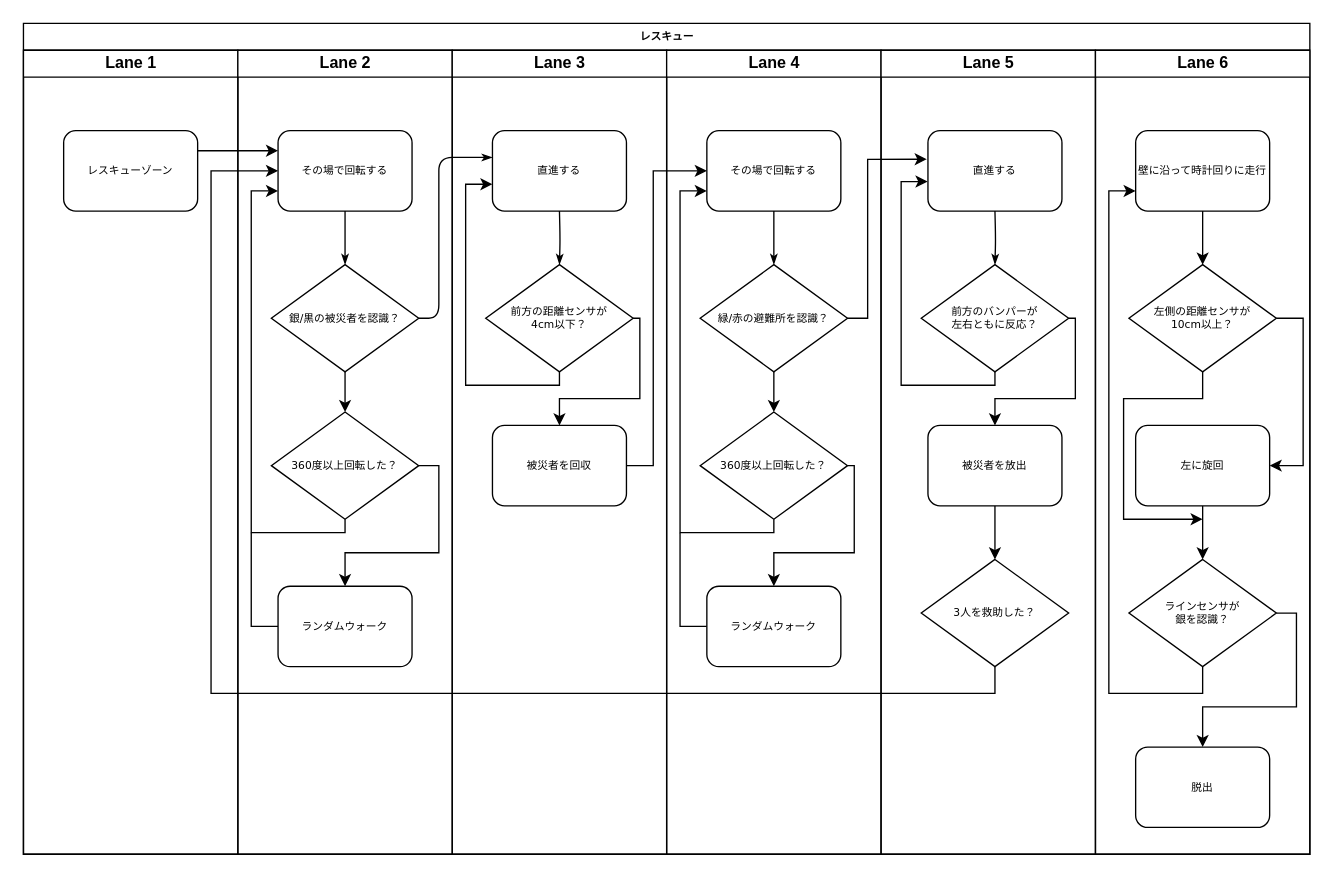
Earlier version of the draw.io diagram Nagoya2025Rescue.drawio (shuji4649/drawio). Source tidied: cells renumbered, new cells numbered last; positions are measured from the earlier drawing's top-left corner, leaving out a move shared by most shapes. Both pictures are drawn from the tidied source at 134%, with x=0, y=0 at pixel (23, 23).
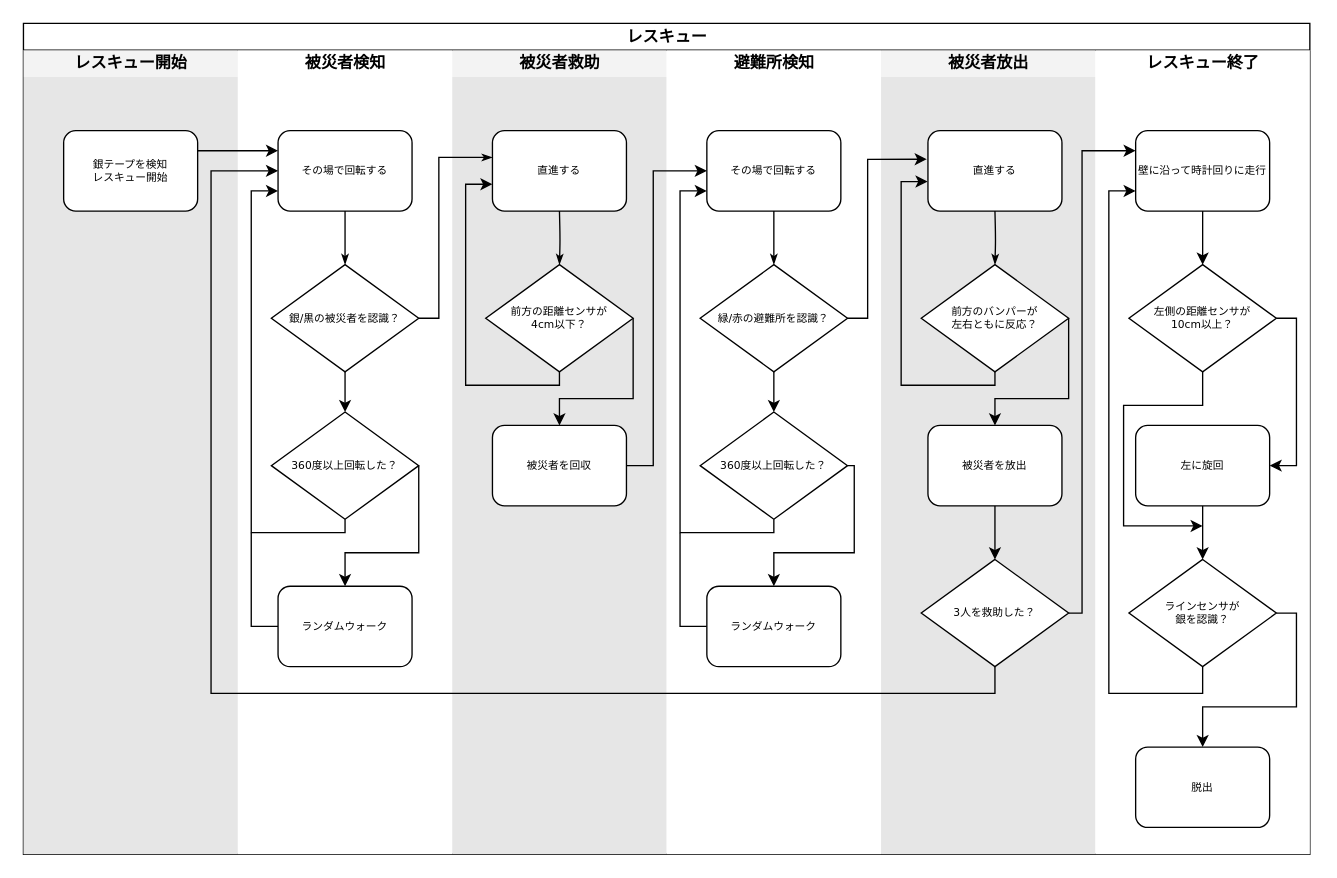
Above is the later version.

Commit message (it also covers changes not shown here):
Nagoya2025Rescue.drawio を更新します

Unchanged cells that the change refers to:
```xml
<mxCell id="9" value="銀/黒の被災者を認識？" style="rhombus;whiteSpace=wrap;html=1;rounded=0;shadow=0;labelBackgroundColor=none;strokeWidth=1;fontFamily=Verdana;fontSize=8;align=center;" parent="5" vertex="1">
  <mxGeometry x="25" y="160" width="110" height="80" as="geometry" />
</mxCell>
<mxCell id="12" value="360度以上回転した？" style="rhombus;whiteSpace=wrap;html=1;rounded=0;shadow=0;labelBackgroundColor=none;strokeWidth=1;fontFamily=Verdana;fontSize=8;align=center;" parent="5" vertex="1">
  <mxGeometry x="25" y="270" width="110" height="80" as="geometry" />
</mxCell>
<mxCell id="14" value="ランダムウォーク" style="rounded=1;whiteSpace=wrap;html=1;shadow=0;labelBackgroundColor=none;strokeWidth=1;fontFamily=Verdana;fontSize=8;align=center;" parent="5" vertex="1">
  <mxGeometry x="30" y="400" width="100" height="60" as="geometry" />
</mxCell>
<mxCell id="20" value="前方の距離センサが&lt;div&gt;4cm以下？&lt;/div&gt;" style="rhombus;whiteSpace=wrap;html=1;rounded=0;shadow=0;labelBackgroundColor=none;strokeWidth=1;fontFamily=Verdana;fontSize=8;align=center;" parent="15" vertex="1">
  <mxGeometry x="25" y="160" width="110" height="80" as="geometry" />
</mxCell>
<mxCell id="22" value="被災者を回収" style="rounded=1;whiteSpace=wrap;html=1;shadow=0;labelBackgroundColor=none;strokeWidth=1;fontFamily=Verdana;fontSize=8;align=center;" parent="15" vertex="1">
  <mxGeometry x="30" y="280" width="100" height="60" as="geometry" />
</mxCell>
<mxCell id="38" value="前方のバンパーが&lt;div&gt;左右ともに反応？&lt;/div&gt;" style="rhombus;whiteSpace=wrap;html=1;rounded=0;shadow=0;labelBackgroundColor=none;strokeWidth=1;fontFamily=Verdana;fontSize=8;align=center;" parent="34" vertex="1">
  <mxGeometry x="30" y="160" width="110" height="80" as="geometry" />
</mxCell>
<mxCell id="40" value="被災者を放出" style="rounded=1;whiteSpace=wrap;html=1;shadow=0;labelBackgroundColor=none;strokeWidth=1;fontFamily=Verdana;fontSize=8;align=center;" parent="34" vertex="1">
  <mxGeometry x="35" y="280" width="100" height="60" as="geometry" />
</mxCell>
<mxCell id="43" value="3人を救助した？" style="rhombus;whiteSpace=wrap;html=1;rounded=0;shadow=0;labelBackgroundColor=none;strokeWidth=1;fontFamily=Verdana;fontSize=8;align=center;" parent="34" vertex="1">
  <mxGeometry x="30" y="380" width="110" height="80" as="geometry" />
</mxCell>
<mxCell id="46" value="壁に沿って時計回りに走行" style="rounded=1;whiteSpace=wrap;html=1;shadow=0;labelBackgroundColor=none;strokeWidth=1;fontFamily=Verdana;fontSize=8;align=center;" parent="44" vertex="1">
  <mxGeometry x="30" y="60" width="100" height="60" as="geometry" />
</mxCell>
<mxCell id="49" value="左側の距離センサ&lt;span style=&quot;background-color: transparent; color: light-dark(rgb(0, 0, 0), rgb(255, 255, 255));&quot;&gt;が&lt;/span&gt;&lt;div&gt;&lt;span style=&quot;background-color: transparent; color: light-dark(rgb(0, 0, 0), rgb(255, 255, 255));&quot;&gt;10cm以上？&lt;/span&gt;&lt;/div&gt;" style="rhombus;whiteSpace=wrap;html=1;rounded=0;shadow=0;labelBackgroundColor=none;strokeWidth=1;fontFamily=Verdana;fontSize=8;align=center;" parent="44" vertex="1">
  <mxGeometry x="25" y="160" width="110" height="80" as="geometry" />
</mxCell>
<mxCell id="54" value="左に旋回" style="rounded=1;whiteSpace=wrap;html=1;shadow=0;labelBackgroundColor=none;strokeWidth=1;fontFamily=Verdana;fontSize=8;align=center;" parent="44" vertex="1">
  <mxGeometry x="30" y="280" width="100" height="60" as="geometry" />
</mxCell>
```

Change to the diagram source:
```diff
@@
-    <mxCell id="2" value="レスキュー" style="swimlane;html=1;startSize=20;rounded=0;shadow=0;labelBackgroundColor=none;strokeWidth=1;fontFamily=Verdana;fontSize=8;align=center;" parent="1" vertex="1">
+    <mxCell id="2" value="レスキュー" style="swimlane;html=1;startSize=20;rounded=0;shadow=0;labelBackgroundColor=none;strokeWidth=1;fontFamily=Verdana;fontSize=12;align=center;" parent="1" vertex="1">
       <mxGeometry width="960" height="620" as="geometry" />
     </mxCell>
-    <mxCell id="3" value="Lane 1" style="swimlane;html=1;startSize=20;" parent="2" vertex="1">
+    <mxCell id="3" value="レスキュー開始" style="swimlane;html=1;startSize=20;fillColor=#F3F3F3;swimlaneFillColor=#E6E6E6;strokeColor=none;" parent="2" vertex="1">
       <mxGeometry y="20" width="160" height="600" as="geometry" />
     </mxCell>
-    <mxCell id="4" value="レスキューゾーン" style="rounded=1;whiteSpace=wrap;html=1;shadow=0;labelBackgroundColor=none;strokeWidth=1;fontFamily=Verdana;fontSize=8;align=center;" parent="3" vertex="1">
+    <mxCell id="4" value="銀テープを検知&lt;div&gt;レスキュー開始&lt;/div&gt;" style="rounded=1;whiteSpace=wrap;html=1;shadow=0;labelBackgroundColor=none;strokeWidth=1;fontFamily=Verdana;fontSize=8;align=center;" parent="3" vertex="1">
       <mxGeometry x="30" y="60" width="100" height="60" as="geometry" />
     </mxCell>
-    <mxCell id="5" value="Lane 2" style="swimlane;html=1;startSize=20;" parent="2" vertex="1">
+    <mxCell id="5" value="被災者検知" style="swimlane;html=1;startSize=20;fillColor=default;strokeColor=none;swimlaneFillColor=default;" parent="2" vertex="1">
       <mxGeometry x="160" y="20" width="160" height="600" as="geometry" />
     </mxCell>
@@
     <mxCell id="11" style="edgeStyle=orthogonalEdgeStyle;rounded=0;jettySize=auto;html=1;exitX=1;exitY=0.5;exitDx=0;exitDy=0;entryX=0.5;entryY=0;entryDx=0;entryDy=0;" parent="5" edge="1" source="12" target="14">
       <mxGeometry relative="1" as="geometry">
         <Array as="points">
-          <mxPoint x="150" y="310" />
-          <mxPoint x="150" y="375" />
+          <mxPoint x="135" y="375" />
           <mxPoint x="80" y="375" />
         </Array>
       </mxGeometry>
     </mxCell>
@@
-    <mxCell id="15" value="Lane 3" style="swimlane;html=1;startSize=20;" parent="2" vertex="1">
+    <mxCell id="15" value="被災者救助" style="swimlane;html=1;startSize=20;fillColor=#F3F3F3;strokeColor=none;swimlaneFillColor=#E6E6E6;" parent="2" vertex="1">
       <mxGeometry x="320" y="20" width="160" height="600" as="geometry" />
     </mxCell>
     <mxCell id="16" style="edgeStyle=orthogonalEdgeStyle;rounded=0;jettySize=auto;html=1;exitX=1;exitY=0.5;exitDx=0;exitDy=0;entryX=0.5;entryY=0;entryDx=0;entryDy=0;" parent="15" edge="1" source="20" target="22">
       <mxGeometry relative="1" as="geometry">
         <Array as="points">
-          <mxPoint x="140" y="200" />
-          <mxPoint x="140" y="260" />
+          <mxPoint x="135" y="260" />
           <mxPoint x="80" y="260" />
         </Array>
       </mxGeometry>
     </mxCell>
@@
-    <mxCell id="21" style="edgeStyle=orthogonalEdgeStyle;rounded=1;html=1;labelBackgroundColor=none;startArrow=none;startFill=0;startSize=5;endArrow=classicThin;endFill=1;endSize=5;jettySize=auto;strokeWidth=1;fontFamily=Verdana;fontSize=8;entryX=0;entryY=0.5;entryDx=0;entryDy=0;exitX=1;exitY=0.5;exitDx=0;exitDy=0;" parent="15" edge="1" source="9">
+    <mxCell id="21" style="edgeStyle=orthogonalEdgeStyle;rounded=0;html=1;labelBackgroundColor=none;startArrow=none;startFill=0;startSize=5;endArrow=classicThin;endFill=1;endSize=5;jettySize=auto;strokeWidth=1;fontFamily=Verdana;fontSize=8;entryX=0;entryY=0.5;entryDx=0;entryDy=0;exitX=1;exitY=0.5;exitDx=0;exitDy=0;curved=0;" parent="15" edge="1" source="9">
       <mxGeometry relative="1" as="geometry">
         <mxPoint x="30" y="80" as="targetPoint" />
         <Array as="points">
           <mxPoint x="-10" y="200" />
           <mxPoint x="-10" y="80" />
         </Array>
       </mxGeometry>
     </mxCell>
@@
-    <mxCell id="23" value="Lane 4" style="swimlane;html=1;startSize=20;" parent="2" vertex="1">
+    <mxCell id="23" value="避難所検知" style="swimlane;html=1;startSize=20;fillColor=default;strokeColor=none;swimlaneFillColor=default;" parent="2" vertex="1">
       <mxGeometry x="480" y="20" width="160" height="600" as="geometry" />
     </mxCell>
@@
-    <mxCell id="34" value="Lane 5" style="swimlane;html=1;startSize=20;" parent="2" vertex="1">
+    <mxCell id="34" value="被災者放出" style="swimlane;html=1;startSize=20;fillColor=#F3F3F3;strokeColor=none;swimlaneFillColor=#E6E6E6;" parent="2" vertex="1">
       <mxGeometry x="640" y="20" width="160" height="600" as="geometry" />
     </mxCell>
     <mxCell id="35" style="edgeStyle=orthogonalEdgeStyle;rounded=0;jettySize=auto;html=1;exitX=1;exitY=0.5;exitDx=0;exitDy=0;entryX=0.5;entryY=0;entryDx=0;entryDy=0;" parent="34" edge="1" source="38" target="40">
       <mxGeometry relative="1" as="geometry">
         <Array as="points">
-          <mxPoint x="145" y="200" />
-          <mxPoint x="145" y="260" />
+          <mxPoint x="140" y="260" />
           <mxPoint x="85" y="260" />
         </Array>
       </mxGeometry>
     </mxCell>
@@
-    <mxCell id="44" value="Lane 6" style="swimlane;html=1;startSize=20;" parent="2" vertex="1">
+    <mxCell id="44" value="レスキュー終了" style="swimlane;html=1;startSize=20;fillColor=default;strokeColor=none;swimlaneFillColor=default;" parent="2" vertex="1">
       <mxGeometry x="800" y="20" width="160" height="600" as="geometry" />
     </mxCell>
@@
     <mxCell id="47" style="edgeStyle=orthogonalEdgeStyle;rounded=0;jettySize=auto;html=1;exitX=1;exitY=0.5;exitDx=0;exitDy=0;entryX=1;entryY=0.5;entryDx=0;entryDy=0;" parent="44" edge="1" source="49" target="54">
-      <mxGeometry relative="1" as="geometry" />
+      <mxGeometry relative="1" as="geometry">
+        <Array as="points">
+          <mxPoint x="150" y="200" />
+          <mxPoint x="150" y="310" />
+        </Array>
+      </mxGeometry>
     </mxCell>
     <mxCell id="48" style="edgeStyle=orthogonalEdgeStyle;rounded=0;jettySize=auto;html=1;exitX=0.5;exitY=1;exitDx=0;exitDy=0;" parent="44" edge="1" source="49">
       <mxGeometry relative="1" as="geometry">
-        <mxPoint x="80" y="350" as="targetPoint" />
+        <mxPoint x="80" y="355" as="targetPoint" />
         <Array as="points">
-          <mxPoint x="80" y="260" />
-          <mxPoint x="21" y="260" />
-          <mxPoint x="21" y="350" />
+          <mxPoint x="80" y="265" />
+          <mxPoint x="21" y="265" />
+          <mxPoint x="21" y="355" />
         </Array>
       </mxGeometry>
     </mxCell>
@@
+    <mxCell id="59" style="edgeStyle=orthogonalEdgeStyle;rounded=0;jettySize=auto;html=1;exitX=1;exitY=0.5;exitDx=0;exitDy=0;entryX=0;entryY=0.25;entryDx=0;entryDy=0;" parent="2" edge="1" source="43" target="46">
+      <mxGeometry relative="1" as="geometry">
+        <Array as="points">
+          <mxPoint x="790" y="440" />
+          <mxPoint x="790" y="95" />
+        </Array>
+      </mxGeometry>
+    </mxCell>
```
